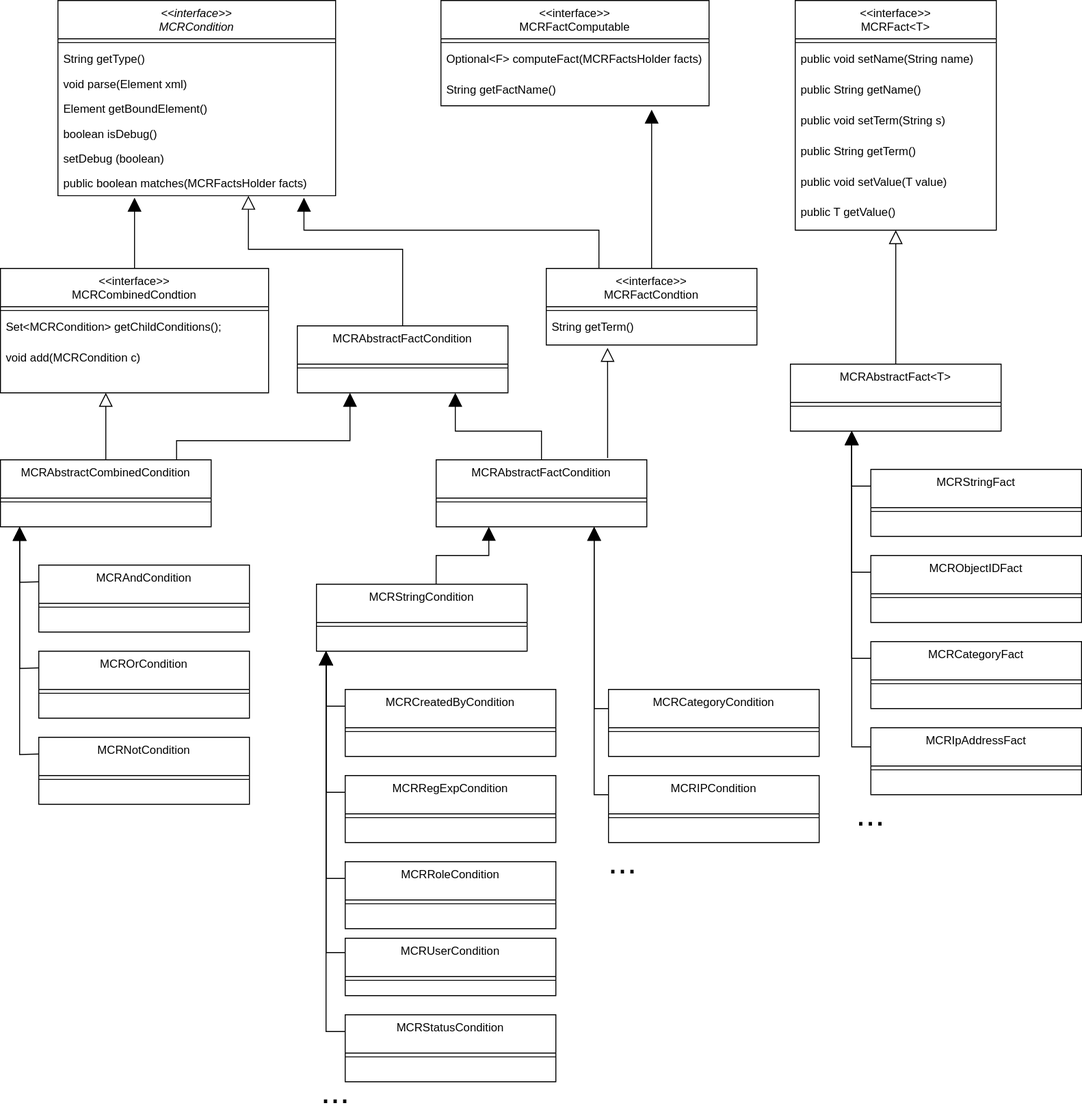
This is mycore.org/static/images/documentation/permissions/classdiagram_factbased_access_system.svg from MyCoRe-Org/mycore-website, a draw.io export, as it was before one commit. Source tidied: cells renumbered, new cells last; positions are measured from the earlier drawing's top-left corner, leaving out a move shared by most shapes.
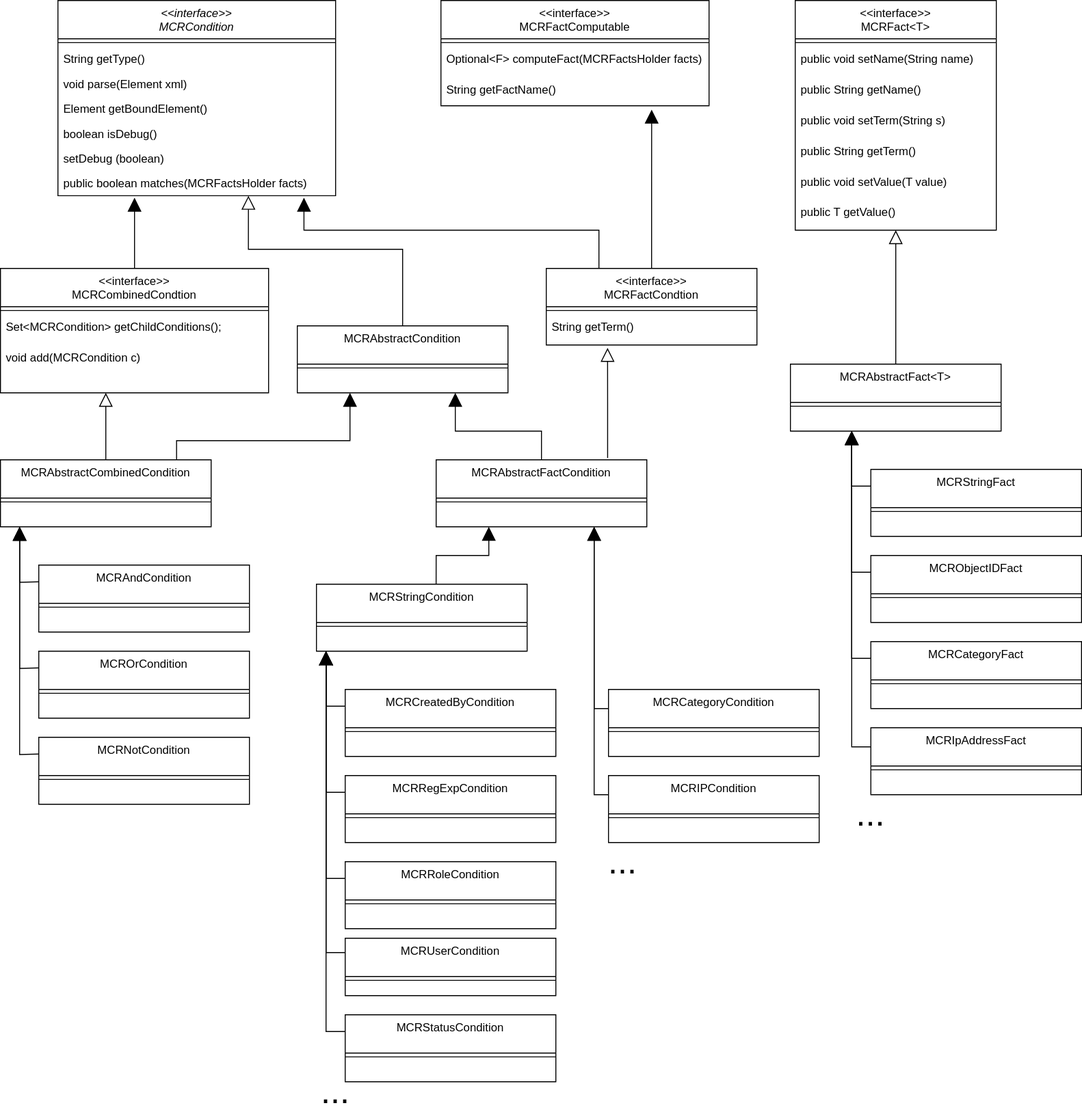
Later version of the same file.

Commit message:
fix class diagramm for fact-based access system

The edit, as a diff of the source:
```diff
@@ -354,7 +354,7 @@
         </Array>
       </mxGeometry>
     </mxCell>
-    <mxCell id="91" value="MCRAbstractFactCondition&#10;" style="swimlane;fontStyle=0;align=center;verticalAlign=top;horizontal=1;startSize=40;rounded=0;shadow=0;strokeWidth=1;" parent="1" vertex="1">
+    <mxCell id="91" value="MCRAbstractCondition&#10;" style="swimlane;fontStyle=0;align=center;verticalAlign=top;horizontal=1;startSize=40;rounded=0;shadow=0;strokeWidth=1;" parent="1" vertex="1">
       <mxGeometry x="310" y="340" width="220" height="70" as="geometry" />
     </mxCell>
     <mxCell id="92" style="line;html=1;strokeWidth=1;align=left;verticalAlign=middle;spacingTop=-1;spacingLeft=3;spacingRight=3;labelPosition=right;" parent="91" vertex="1">
```
